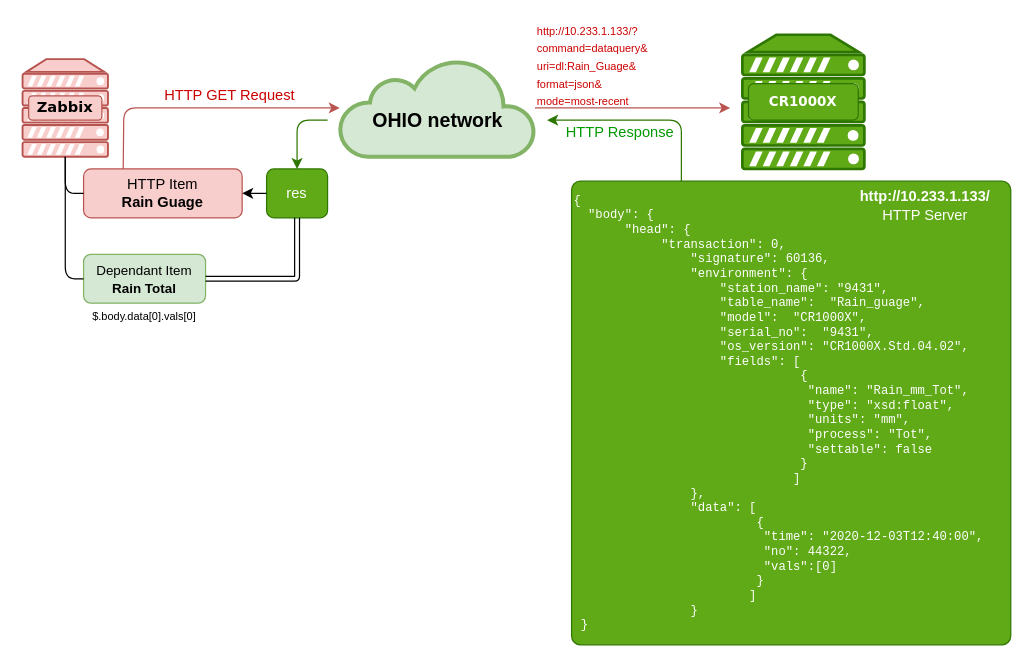
This is page "Page-2" (2 of 3) of images/data_collection.drawio from billybuehl792/Ohio-University-Green-Roof-Data-Tools, a draw.io file, before an edit. Source tidied: cells renumbered, new cells numbered last; positions are measured from the earlier drawing's top-left corner, leaving out a move shared by most shapes. Both pictures are drawn from the tidied source at 122%, with x=0, y=0 at pixel (22, 22).
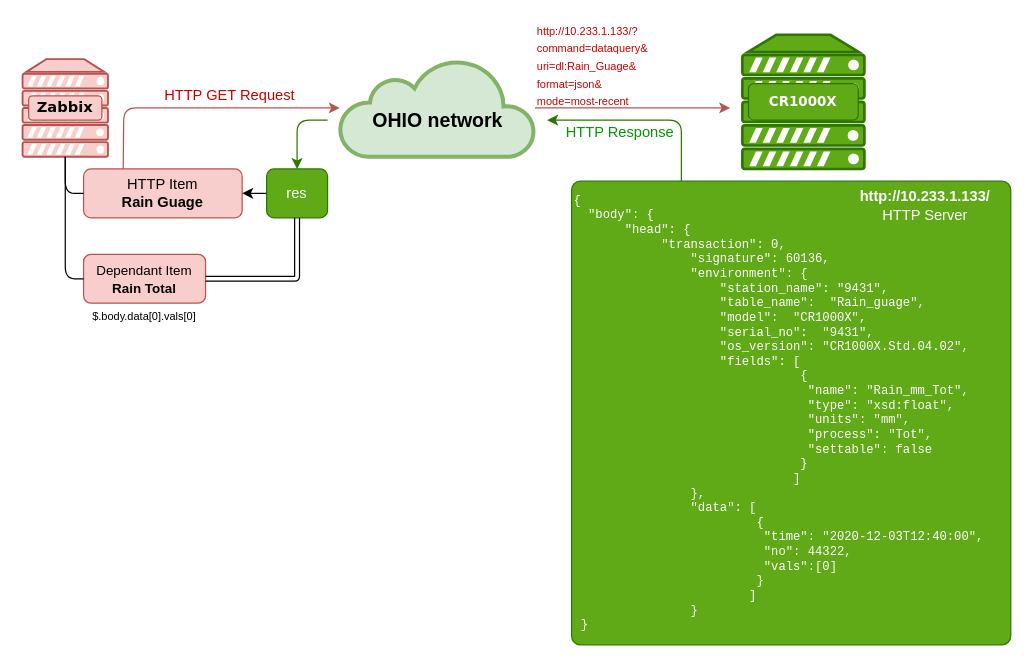
After the change.

What changed in the source:
```diff
@@
-    <mxCell id="8" value="&lt;font style=&quot;font-size: 11px&quot;&gt;Dependant Item&lt;br&gt;&lt;b&gt;Rain Total&lt;/b&gt;&lt;br&gt;&lt;/font&gt;" style="rounded=1;whiteSpace=wrap;html=1;fillColor=#d5e8d4;strokeColor=#82b366;" parent="1" vertex="1">
+    <mxCell id="8" value="&lt;font style=&quot;font-size: 11px&quot;&gt;Dependant Item&lt;br&gt;&lt;b&gt;Rain Total&lt;/b&gt;&lt;br&gt;&lt;/font&gt;" style="rounded=1;whiteSpace=wrap;html=1;fillColor=#f8cecc;strokeColor=#b85450;" parent="1" vertex="1">
       <mxGeometry x="50" y="190" width="100" height="40" as="geometry" />
     </mxCell>
```
